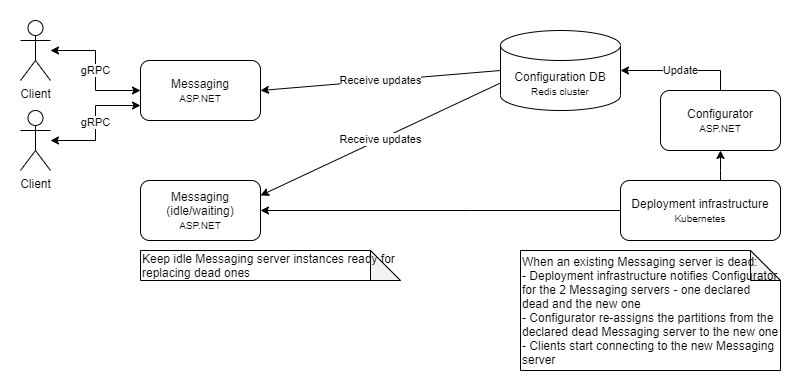
Before: docs/images/cecochat-06-failover.png, a diagram exported from draw.io (cvetomir-todorov/CecoChat). Source tidied: cells renumbered, new cells last; positions are measured from the earlier drawing's top-left corner, leaving out a move shared by most shapes.
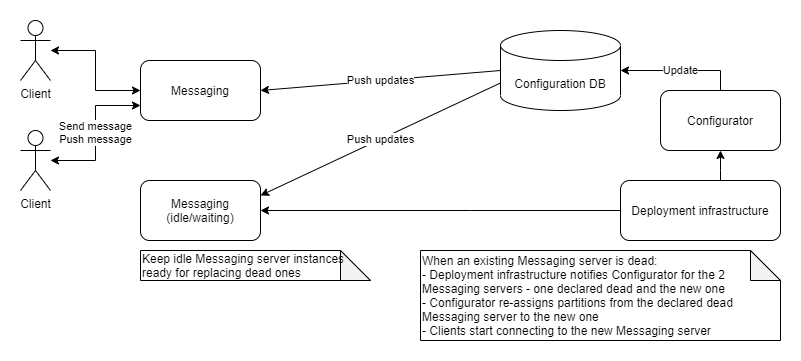
After the commit.

Diff of the diagram source:
```diff
@@ -2,31 +2,31 @@
   <root>
     <mxCell id="0" />
     <mxCell id="1" parent="0" />
-    <mxCell id="2" value="gRPC" style="edgeStyle=orthogonalEdgeStyle;rounded=0;jettySize=auto;html=1;entryX=0;entryY=0.5;entryDx=0;entryDy=0;startArrow=classic;startFill=1;" parent="1" edge="1" source="3" target="6">
+    <mxCell id="2" style="edgeStyle=orthogonalEdgeStyle;rounded=0;jettySize=auto;html=1;entryX=0;entryY=0.5;entryDx=0;entryDy=0;startArrow=classic;startFill=1;" parent="1" edge="1" source="3" target="6">
       <mxGeometry relative="1" as="geometry" />
     </mxCell>
     <mxCell id="3" value="Client" style="shape=umlActor;verticalLabelPosition=bottom;verticalAlign=top;html=1;outlineConnect=0;" parent="1" vertex="1">
       <mxGeometry width="30" height="60" as="geometry" />
     </mxCell>
-    <mxCell id="4" value="gRPC" style="edgeStyle=orthogonalEdgeStyle;rounded=0;jettySize=auto;html=1;entryX=0;entryY=0.75;entryDx=0;entryDy=0;startArrow=classic;startFill=1;" parent="1" edge="1" source="5" target="6">
+    <mxCell id="4" value="Send message&lt;br&gt;Push message" style="edgeStyle=orthogonalEdgeStyle;rounded=0;jettySize=auto;html=1;entryX=0;entryY=0.75;entryDx=0;entryDy=0;startArrow=classic;startFill=1;" parent="1" edge="1" source="5" target="6">
       <mxGeometry relative="1" as="geometry" />
     </mxCell>
     <mxCell id="5" value="Client" style="shape=umlActor;verticalLabelPosition=bottom;verticalAlign=top;html=1;outlineConnect=0;" parent="1" vertex="1">
-      <mxGeometry y="90" width="30" height="60" as="geometry" />
+      <mxGeometry y="110" width="30" height="60" as="geometry" />
     </mxCell>
-    <mxCell id="6" value="&lt;font style=&quot;font-size: 12px&quot;&gt;Messaging&lt;/font&gt;&lt;br&gt;&lt;font style=&quot;font-size: 10px&quot;&gt;ASP.NET&lt;/font&gt;" style="rounded=1;whiteSpace=wrap;html=1;" parent="1" vertex="1">
+    <mxCell id="6" value="&lt;font style=&quot;font-size: 12px&quot;&gt;Messaging&lt;/font&gt;" style="rounded=1;whiteSpace=wrap;html=1;" parent="1" vertex="1">
       <mxGeometry x="120" y="40" width="120" height="60" as="geometry" />
     </mxCell>
     <mxCell id="7" value="Update" style="edgeStyle=orthogonalEdgeStyle;rounded=0;jettySize=auto;html=1;entryX=1;entryY=0.5;entryDx=0;entryDy=0;entryPerimeter=0;exitX=0.5;exitY=0;exitDx=0;exitDy=0;" parent="1" edge="1" source="8" target="10">
       <mxGeometry relative="1" as="geometry" />
     </mxCell>
-    <mxCell id="8" value="Configurator&lt;br&gt;&lt;font style=&quot;font-size: 10px&quot;&gt;ASP.NET&lt;/font&gt;" style="rounded=1;whiteSpace=wrap;html=1;" parent="1" vertex="1">
+    <mxCell id="8" value="Configurator" style="rounded=1;whiteSpace=wrap;html=1;" parent="1" vertex="1">
       <mxGeometry x="640" y="70" width="120" height="60" as="geometry" />
     </mxCell>
-    <mxCell id="9" value="Receive updates" style="endArrow=classic;html=1;exitX=0;exitY=0.5;exitDx=0;exitDy=0;entryX=1;entryY=0.5;entryDx=0;entryDy=0;exitPerimeter=0;" parent="1" edge="1" source="10" target="6">
+    <mxCell id="9" value="Push updates" style="endArrow=classic;html=1;exitX=0;exitY=0.5;exitDx=0;exitDy=0;entryX=1;entryY=0.5;entryDx=0;entryDy=0;exitPerimeter=0;" parent="1" edge="1" source="10" target="6">
       <mxGeometry relative="1" as="geometry" />
     </mxCell>
-    <mxCell id="10" value="Configuration DB&lt;br&gt;&lt;font style=&quot;font-size: 10px&quot;&gt;Redis cluster&lt;/font&gt;" style="shape=cylinder3;whiteSpace=wrap;html=1;boundedLbl=1;backgroundOutline=1;size=15;" parent="1" vertex="1">
+    <mxCell id="10" value="Configuration DB" style="shape=cylinder3;whiteSpace=wrap;html=1;boundedLbl=1;backgroundOutline=1;size=15;" parent="1" vertex="1">
       <mxGeometry x="480" y="10" width="120" height="80" as="geometry" />
     </mxCell>
     <mxCell id="11" style="edgeStyle=orthogonalEdgeStyle;rounded=0;jettySize=auto;html=1;entryX=0.5;entryY=1;entryDx=0;entryDy=0;" parent="1" edge="1" source="13" target="8">
@@ -45,19 +45,19 @@
         </Array>
       </mxGeometry>
     </mxCell>
-    <mxCell id="13" value="Deployment infrastructure&lt;br&gt;&lt;font style=&quot;font-size: 10px&quot;&gt;Kubernetes&lt;/font&gt;" style="rounded=1;whiteSpace=wrap;html=1;" parent="1" vertex="1">
+    <mxCell id="13" value="Deployment infrastructure" style="rounded=1;whiteSpace=wrap;html=1;" parent="1" vertex="1">
       <mxGeometry x="600" y="160" width="160" height="60" as="geometry" />
     </mxCell>
-    <mxCell id="14" value="Messaging&lt;br&gt;(idle/waiting)&lt;br&gt;&lt;font style=&quot;font-size: 10px&quot;&gt;ASP.NET&lt;/font&gt;" style="rounded=1;whiteSpace=wrap;html=1;" parent="1" vertex="1">
+    <mxCell id="14" value="Messaging&lt;br&gt;(idle/waiting)" style="rounded=1;whiteSpace=wrap;html=1;" parent="1" vertex="1">
       <mxGeometry x="120" y="160" width="120" height="60" as="geometry" />
     </mxCell>
     <mxCell id="15" value="&lt;div&gt;Keep idle Messaging server instances ready for replacing dead ones&lt;/div&gt;" style="shape=note;whiteSpace=wrap;html=1;backgroundOutline=1;darkOpacity=0.05;align=left;" parent="1" vertex="1">
-      <mxGeometry x="120" y="230" width="260" height="30" as="geometry" />
+      <mxGeometry x="120" y="230" width="230" height="30" as="geometry" />
     </mxCell>
-    <mxCell id="16" value="&lt;div&gt;&lt;span&gt;When an existing Messaging server is dead:&lt;/span&gt;&lt;/div&gt;&lt;div&gt;&lt;span&gt;- Deployment infrastructure notifies Configurator for the 2 Messaging servers - one declared dead and the new one&lt;/span&gt;&lt;/div&gt;&lt;div&gt;&lt;span&gt;- Configurator re-assigns the partitions from the declared dead Messaging server to the new one&lt;/span&gt;&lt;/div&gt;&lt;div&gt;&lt;span&gt;- Clients start connecting to the new Messaging server&lt;/span&gt;&lt;/div&gt;" style="shape=note;whiteSpace=wrap;html=1;backgroundOutline=1;darkOpacity=0.05;align=left;" parent="1" vertex="1">
-      <mxGeometry x="500" y="230" width="260" height="120" as="geometry" />
+    <mxCell id="16" value="&lt;div&gt;&lt;span&gt;When an existing Messaging server is dead:&lt;/span&gt;&lt;/div&gt;&lt;div&gt;&lt;span&gt;- Deployment infrastructure notifies Configurator for the 2 Messaging servers - one declared dead and the new one&lt;/span&gt;&lt;/div&gt;&lt;div&gt;&lt;span&gt;- Configurator re-assigns partitions from the declared dead Messaging server to the new one&lt;/span&gt;&lt;/div&gt;&lt;div&gt;&lt;span&gt;- Clients start connecting to the new Messaging server&lt;/span&gt;&lt;/div&gt;" style="shape=note;whiteSpace=wrap;html=1;backgroundOutline=1;darkOpacity=0.05;align=left;" parent="1" vertex="1">
+      <mxGeometry x="400" y="230" width="360" height="90" as="geometry" />
     </mxCell>
-    <mxCell id="17" value="Receive updates" style="endArrow=classic;html=1;exitX=0;exitY=0;exitDx=0;exitDy=52.5;entryX=1;entryY=0.25;entryDx=0;entryDy=0;exitPerimeter=0;" parent="1" edge="1" source="10" target="14">
+    <mxCell id="17" value="Push updates" style="endArrow=classic;html=1;exitX=0;exitY=0;exitDx=0;exitDy=52.5;entryX=1;entryY=0.25;entryDx=0;entryDy=0;exitPerimeter=0;" parent="1" edge="1" source="10" target="14">
       <mxGeometry relative="1" as="geometry" />
     </mxCell>
   </root>
```
